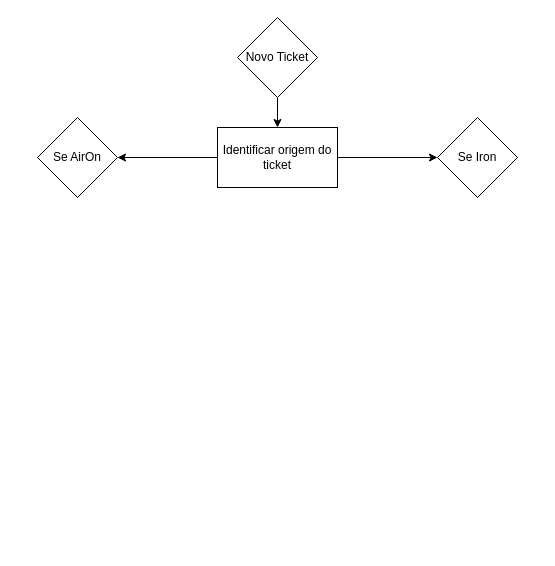
Earlier version of the draw.io diagram page "Processo" (2 of 2) of Controlador.drawio (rodcordeiro/ticketsController). Source tidied: cells renumbered, new cells numbered last; positions are measured from the earlier drawing's top-left corner, leaving out a move shared by most shapes. Both pictures are drawn from the tidied source at 100%, with x=0, y=0 at pixel (37, 17).
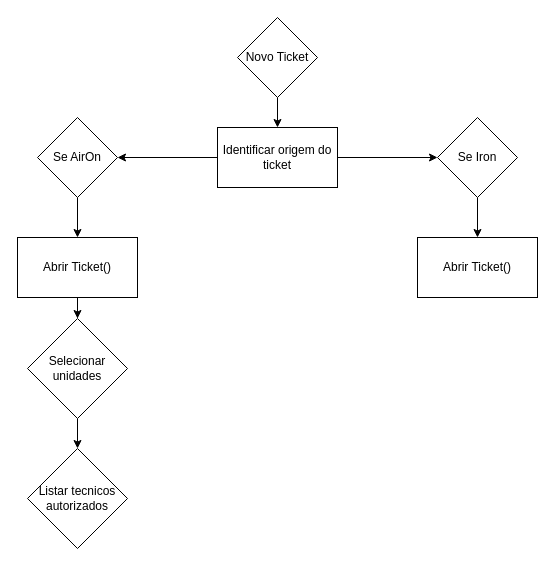
The same page after the edit.

Commit message (it also covers changes not shown here):
Update ticket diagram

Change to the diagram source:
```diff
@@
 <mxGraphModel>
   <root>
     <mxCell id="0" />
     <mxCell id="1" parent="0" />
     <mxCell id="2" style="edgeStyle=orthogonalEdgeStyle;rounded=0;jettySize=auto;html=1;" parent="1" edge="1" source="3" target="6">
       <mxGeometry relative="1" as="geometry" />
     </mxCell>
     <mxCell id="3" value="Novo Ticket" style="rhombus;whiteSpace=wrap;html=1;" parent="1" vertex="1">
       <mxGeometry x="200" width="80" height="80" as="geometry" />
     </mxCell>
     <mxCell id="4" style="edgeStyle=orthogonalEdgeStyle;rounded=0;jettySize=auto;html=1;" parent="1" edge="1" source="6" target="7">
       <mxGeometry relative="1" as="geometry" />
     </mxCell>
     <mxCell id="5" style="edgeStyle=orthogonalEdgeStyle;rounded=0;jettySize=auto;html=1;" parent="1" edge="1" source="6" target="8">
       <mxGeometry relative="1" as="geometry" />
     </mxCell>
     <mxCell id="6" value="Identificar origem do ticket" style="whiteSpace=wrap;html=1;" parent="1" vertex="1">
       <mxGeometry x="180" y="110" width="120" height="60" as="geometry" />
     </mxCell>
+    <mxCell id="9" style="edgeStyle=orthogonalEdgeStyle;rounded=0;jettySize=auto;html=1;" parent="1" edge="1" source="7" target="12">
+      <mxGeometry relative="1" as="geometry" />
+    </mxCell>
     <mxCell id="7" value="Se AirOn" style="rhombus;whiteSpace=wrap;html=1;" parent="1" vertex="1">
       <mxGeometry y="100" width="80" height="80" as="geometry" />
     </mxCell>
+    <mxCell id="10" style="edgeStyle=orthogonalEdgeStyle;rounded=0;jettySize=auto;html=1;" parent="1" edge="1" source="8" target="13">
+      <mxGeometry relative="1" as="geometry" />
+    </mxCell>
     <mxCell id="8" value="Se Iron" style="rhombus;whiteSpace=wrap;html=1;" parent="1" vertex="1">
       <mxGeometry x="400" y="100" width="80" height="80" as="geometry" />
     </mxCell>
+    <mxCell id="11" style="edgeStyle=orthogonalEdgeStyle;rounded=0;jettySize=auto;html=1;" parent="1" edge="1" source="12" target="15">
+      <mxGeometry relative="1" as="geometry" />
+    </mxCell>
+    <mxCell id="12" value="Abrir Ticket()" style="whiteSpace=wrap;html=1;" parent="1" vertex="1">
+      <mxGeometry x="-20" y="220" width="120" height="60" as="geometry" />
+    </mxCell>
+    <mxCell id="13" value="Abrir Ticket()" style="whiteSpace=wrap;html=1;" parent="1" vertex="1">
+      <mxGeometry x="380" y="220" width="120" height="60" as="geometry" />
+    </mxCell>
+    <mxCell id="14" style="edgeStyle=orthogonalEdgeStyle;rounded=0;jettySize=auto;html=1;" parent="1" edge="1" source="15" target="16">
+      <mxGeometry relative="1" as="geometry" />
+    </mxCell>
+    <mxCell id="15" value="Selecionar unidades" style="rhombus;whiteSpace=wrap;html=1;" parent="1" vertex="1">
+      <mxGeometry x="-10" y="301" width="100" height="100" as="geometry" />
+    </mxCell>
+    <mxCell id="16" value="Listar tecnicos autorizados" style="rhombus;whiteSpace=wrap;html=1;" parent="1" vertex="1">
+      <mxGeometry x="-10" y="431" width="100" height="100" as="geometry" />
+    </mxCell>
   </root>
 </mxGraphModel>
```
